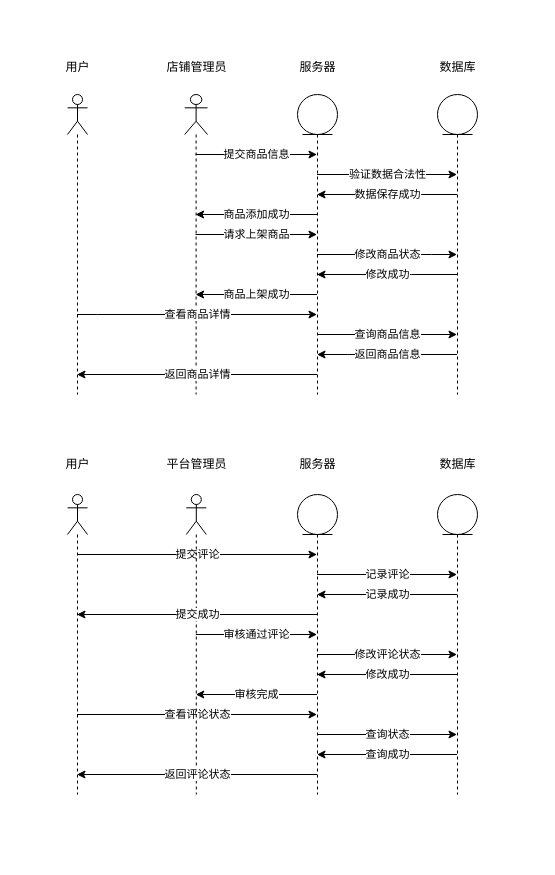
Earlier version of the draw.io diagram 软工导论小组作业/需求建模之动态模型（商品模块）.drawio (app1echip/grams). Source tidied: cells renumbered, new cells numbered last; positions are measured from the earlier drawing's top-left corner, leaving out a move shared by most shapes. Both pictures are drawn from the tidied source at 100%, with x=0, y=0 at pixel (57, 57).
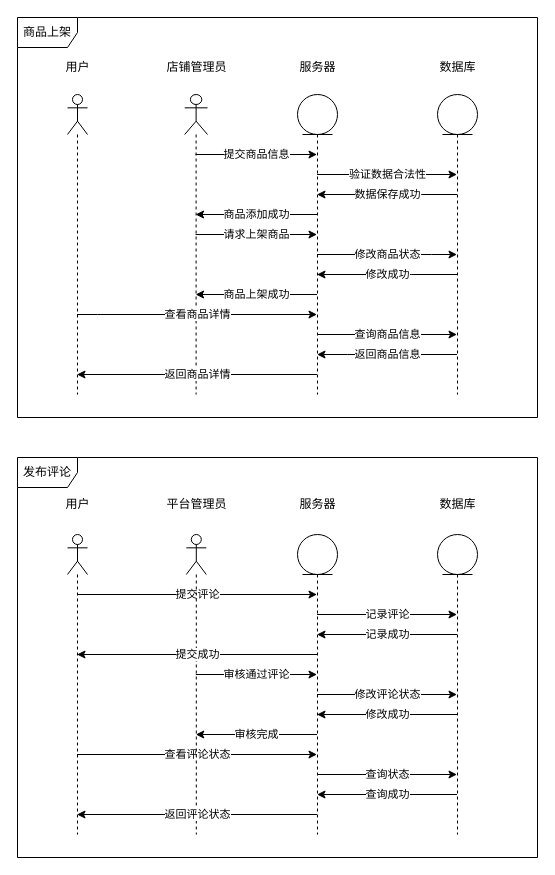
After the change.

Commit message (it also covers changes not shown here):
Update 需求建模之动态模型（商品模块）.drawio

The edit, as a diff of the source:
```diff
@@
     <mxCell id="2" value="提交评论" style="edgeStyle=orthogonalEdgeStyle;rounded=0;jettySize=auto;html=1;" parent="1" edge="1" source="4" target="35">
       <mxGeometry relative="1" as="geometry">
         <Array as="points">
-          <mxPoint x="140" y="497" />
-          <mxPoint x="140" y="497" />
+          <mxPoint x="140" y="537" />
+          <mxPoint x="140" y="537" />
         </Array>
       </mxGeometry>
     </mxCell>
     <mxCell id="3" value="查看评论状态" style="edgeStyle=orthogonalEdgeStyle;rounded=0;jettySize=auto;html=1;" parent="1" edge="1" source="4" target="35">
       <mxGeometry relative="1" as="geometry">
         <Array as="points">
-          <mxPoint x="120" y="657" />
-          <mxPoint x="120" y="657" />
+          <mxPoint x="120" y="697" />
+          <mxPoint x="120" y="697" />
         </Array>
       </mxGeometry>
     </mxCell>
     <mxCell id="4" style="shape=umlLifeline;participant=umlActor;perimeter=lifelinePerimeter;whiteSpace=wrap;html=1;verticalAlign=top;spacingTop=36;outlineConnect=0;" parent="1" vertex="1">
-      <mxGeometry x="10" y="437" width="20" height="300" as="geometry" />
+      <mxGeometry x="10" y="477" width="20" height="300" as="geometry" />
     </mxCell>
     <mxCell id="5" value="用户" style="text;html=1;align=center;verticalAlign=middle;" parent="1" vertex="1">
-      <mxGeometry y="397" width="40" height="20" as="geometry" />
+      <mxGeometry y="437" width="40" height="20" as="geometry" />
     </mxCell>
     <mxCell id="6" value="审核通过评论" style="edgeStyle=orthogonalEdgeStyle;rounded=0;jettySize=auto;html=1;" parent="1" edge="1" source="7" target="35">
       <mxGeometry relative="1" as="geometry">
         <Array as="points">
-          <mxPoint x="200" y="577" />
-          <mxPoint x="200" y="577" />
+          <mxPoint x="200" y="617" />
+          <mxPoint x="200" y="617" />
         </Array>
       </mxGeometry>
     </mxCell>
     <mxCell id="7" style="shape=umlLifeline;participant=umlActor;perimeter=lifelinePerimeter;whiteSpace=wrap;html=1;verticalAlign=top;spacingTop=36;outlineConnect=0;" parent="1" vertex="1">
-      <mxGeometry x="128.8" y="437" width="20" height="300" as="geometry" />
+      <mxGeometry x="128.8" y="477" width="20" height="300" as="geometry" />
     </mxCell>
     <mxCell id="8" value="平台管理员" style="text;html=1;align=center;verticalAlign=middle;" parent="1" vertex="1">
-      <mxGeometry x="98.8" y="397" width="80" height="20" as="geometry" />
+      <mxGeometry x="98.8" y="437" width="80" height="20" as="geometry" />
     </mxCell>
@@
     <mxCell id="29" value="记录评论" style="edgeStyle=orthogonalEdgeStyle;rounded=0;jettySize=auto;html=1;" parent="1" edge="1" source="35" target="39">
       <mxGeometry relative="1" as="geometry">
         <Array as="points">
-          <mxPoint x="330" y="517" />
-          <mxPoint x="330" y="517" />
+          <mxPoint x="330" y="557" />
+          <mxPoint x="330" y="557" />
         </Array>
       </mxGeometry>
     </mxCell>
     <mxCell id="30" value="提交成功" style="edgeStyle=orthogonalEdgeStyle;rounded=0;jettySize=auto;html=1;" parent="1" edge="1" source="35" target="4">
       <mxGeometry relative="1" as="geometry">
         <Array as="points">
-          <mxPoint x="130" y="557" />
-          <mxPoint x="130" y="557" />
+          <mxPoint x="130" y="597" />
+          <mxPoint x="130" y="597" />
         </Array>
       </mxGeometry>
     </mxCell>
     <mxCell id="31" value="修改评论状态" style="edgeStyle=orthogonalEdgeStyle;rounded=0;jettySize=auto;html=1;" parent="1" edge="1" source="35" target="39">
       <mxGeometry relative="1" as="geometry">
         <Array as="points">
-          <mxPoint x="330" y="597" />
-          <mxPoint x="330" y="597" />
+          <mxPoint x="330" y="637" />
+          <mxPoint x="330" y="637" />
         </Array>
       </mxGeometry>
     </mxCell>
     <mxCell id="32" value="审核完成" style="edgeStyle=orthogonalEdgeStyle;rounded=0;jettySize=auto;html=1;" parent="1" edge="1" source="35" target="7">
       <mxGeometry relative="1" as="geometry">
         <Array as="points">
-          <mxPoint x="190" y="637" />
-          <mxPoint x="190" y="637" />
+          <mxPoint x="190" y="677" />
+          <mxPoint x="190" y="677" />
         </Array>
       </mxGeometry>
     </mxCell>
     <mxCell id="33" value="查询状态" style="edgeStyle=orthogonalEdgeStyle;rounded=0;jettySize=auto;html=1;" parent="1" edge="1" source="35" target="39">
       <mxGeometry relative="1" as="geometry">
         <Array as="points">
-          <mxPoint x="320" y="677" />
-          <mxPoint x="320" y="677" />
+          <mxPoint x="320" y="717" />
+          <mxPoint x="320" y="717" />
         </Array>
       </mxGeometry>
     </mxCell>
     <mxCell id="34" value="返回评论状态" style="edgeStyle=orthogonalEdgeStyle;rounded=0;jettySize=auto;html=1;" parent="1" edge="1" source="35" target="4">
       <mxGeometry relative="1" as="geometry">
         <Array as="points">
-          <mxPoint x="130" y="717" />
-          <mxPoint x="130" y="717" />
+          <mxPoint x="130" y="757" />
+          <mxPoint x="130" y="757" />
         </Array>
       </mxGeometry>
     </mxCell>
     <mxCell id="35" style="shape=umlLifeline;participant=umlEntity;perimeter=lifelinePerimeter;whiteSpace=wrap;html=1;verticalAlign=top;spacingTop=36;outlineConnect=0;" parent="1" vertex="1">
-      <mxGeometry x="240" y="437" width="40" height="300" as="geometry" />
+      <mxGeometry x="240" y="477" width="40" height="300" as="geometry" />
     </mxCell>
     <mxCell id="36" value="记录成功" style="edgeStyle=orthogonalEdgeStyle;rounded=0;jettySize=auto;html=1;" parent="1" edge="1" source="39" target="35">
       <mxGeometry relative="1" as="geometry">
         <Array as="points">
-          <mxPoint x="330" y="537" />
-          <mxPoint x="330" y="537" />
+          <mxPoint x="330" y="577" />
+          <mxPoint x="330" y="577" />
         </Array>
       </mxGeometry>
     </mxCell>
     <mxCell id="37" value="修改成功" style="edgeStyle=orthogonalEdgeStyle;rounded=0;jettySize=auto;html=1;" parent="1" edge="1" source="39" target="35">
       <mxGeometry relative="1" as="geometry">
         <Array as="points">
-          <mxPoint x="320" y="617" />
-          <mxPoint x="320" y="617" />
+          <mxPoint x="320" y="657" />
+          <mxPoint x="320" y="657" />
         </Array>
       </mxGeometry>
     </mxCell>
     <mxCell id="38" value="查询成功" style="edgeStyle=orthogonalEdgeStyle;rounded=0;jettySize=auto;html=1;" parent="1" edge="1" source="39" target="35">
       <mxGeometry relative="1" as="geometry">
         <Array as="points">
-          <mxPoint x="320" y="697" />
-          <mxPoint x="320" y="697" />
+          <mxPoint x="320" y="737" />
+          <mxPoint x="320" y="737" />
         </Array>
       </mxGeometry>
     </mxCell>
     <mxCell id="39" style="shape=umlLifeline;participant=umlEntity;perimeter=lifelinePerimeter;whiteSpace=wrap;html=1;verticalAlign=top;spacingTop=36;outlineConnect=0;" parent="1" vertex="1">
-      <mxGeometry x="380" y="437" width="40" height="300" as="geometry" />
+      <mxGeometry x="380" y="477" width="40" height="300" as="geometry" />
     </mxCell>
     <mxCell id="40" value="服务器" style="text;html=1;align=center;verticalAlign=middle;" parent="1" vertex="1">
-      <mxGeometry x="235" y="397" width="50" height="20" as="geometry" />
+      <mxGeometry x="235" y="437" width="50" height="20" as="geometry" />
     </mxCell>
     <mxCell id="41" value="数据库" style="text;html=1;align=center;verticalAlign=middle;" parent="1" vertex="1">
-      <mxGeometry x="375" y="397" width="50" height="20" as="geometry" />
+      <mxGeometry x="375" y="437" width="50" height="20" as="geometry" />
     </mxCell>
+    <mxCell id="42" value="商品上架" style="shape=umlFrame;whiteSpace=wrap;html=1;" parent="1" vertex="1">
+      <mxGeometry x="-40" y="-40" width="520" height="400" as="geometry" />
+    </mxCell>
+    <mxCell id="43" value="发布评论" style="shape=umlFrame;whiteSpace=wrap;html=1;" parent="1" vertex="1">
+      <mxGeometry x="-40" y="400" width="520" height="400" as="geometry" />
+    </mxCell>
```
